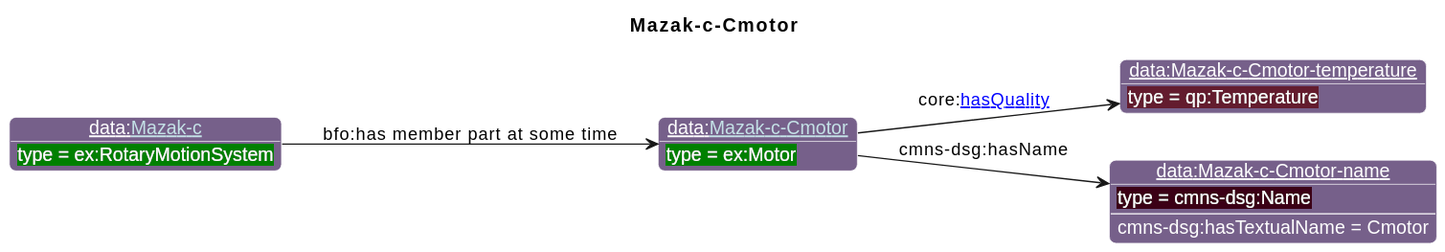
The PlantUML diagram diagrams/Mazak-c-Cmotor.svg in iofoundry/example-syseng-mtconnect, before a commit.
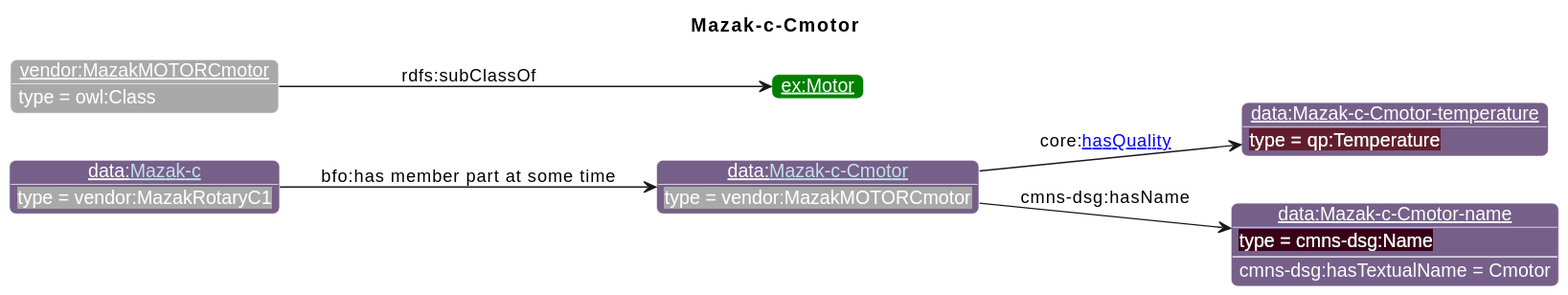
The same diagram one commit later.

The edit, as a diff of the source:
```diff
@@ -19,12 +19,15 @@
                       "ns1":"76608A",
 "ex":"Green","data":"76608A","core":"000000","units":"8A2D3B","qp":"641B2E","cmns-dsg":"3A0519"
 }
-individual(o1, data:[[./Mazak-c-Cmotor.html Mazak-c-Cmotor]], ex:Motor)
+individual(o1, data:[[./Mazak-c-Cmotor.html Mazak-c-Cmotor]], vendor:MazakMOTORCmotor)
 individual(o2, data:Mazak-c-Cmotor-temperature, qp:Temperature)
-individual(o3, data:Mazak-c-Cmotor-name, cmns-dsg:Name)
-individual(o4, data:[[./Mazak-c.html Mazak-c]], ex:RotaryMotionSystem)
+individual(o3, vendor:MazakMOTORCmotor, owl:Class)
+individual(o4, ex:Motor)
+individual(o5, data:Mazak-c-Cmotor-name, cmns-dsg:Name)
+individual(o6, data:[[./Mazak-c.html Mazak-c]], vendor:MazakRotaryC1)
 property(o1, core:[[https://spec.industrialontologies.org/ontology/core/Core/hasQuality hasQuality]], o2)
-property(o1, cmns-dsg:hasName, o3)
-data(o3, cmns-dsg:hasTextualName, Cmotor)
-property(o4, "bfo:has member part at some time", o1)
+property(o3, rdfs:subClassOf, o4)
+property(o1, cmns-dsg:hasName, o5)
+data(o5, cmns-dsg:hasTextualName, Cmotor)
+property(o6, "bfo:has member part at some time", o1)
 @enduml
```
